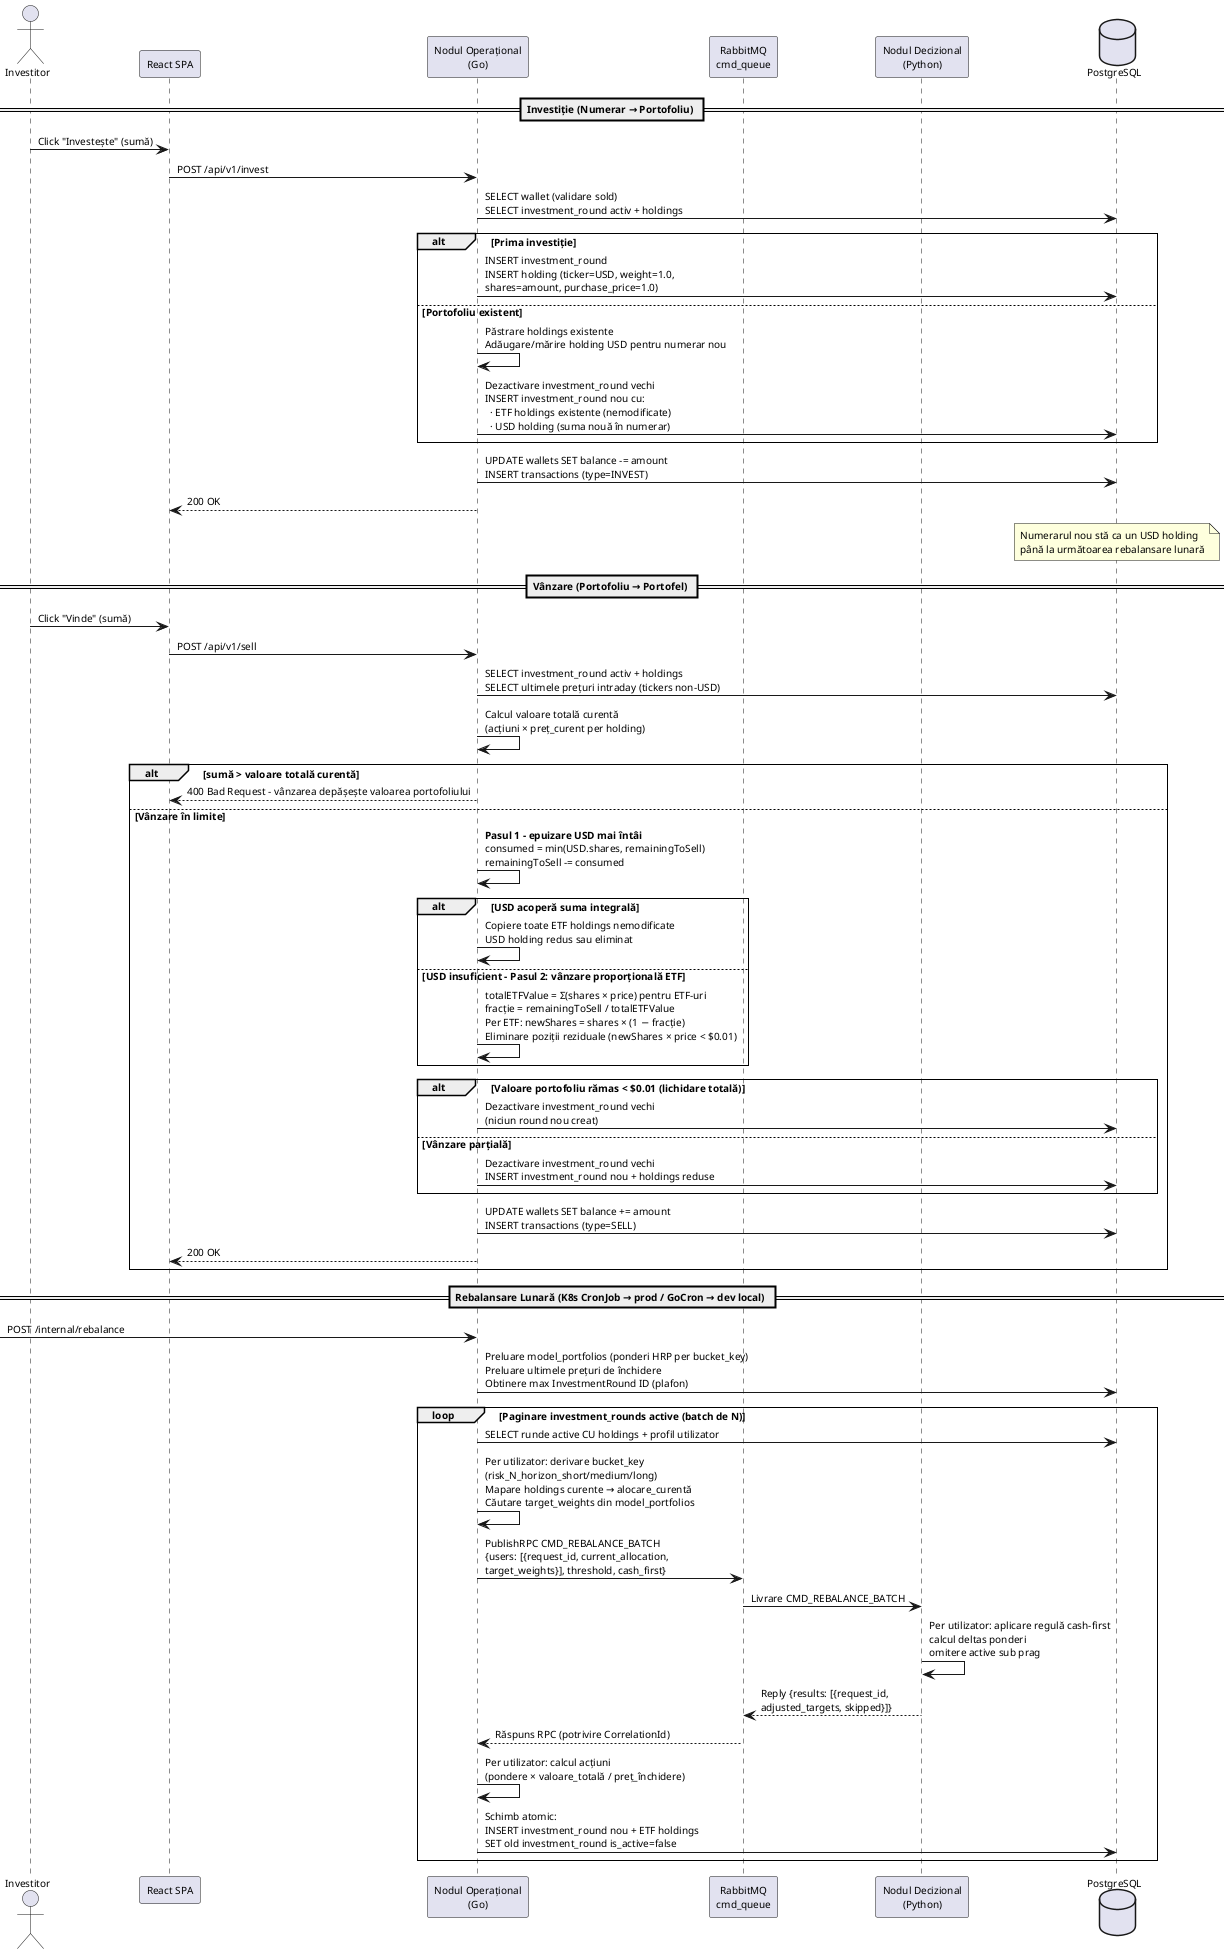
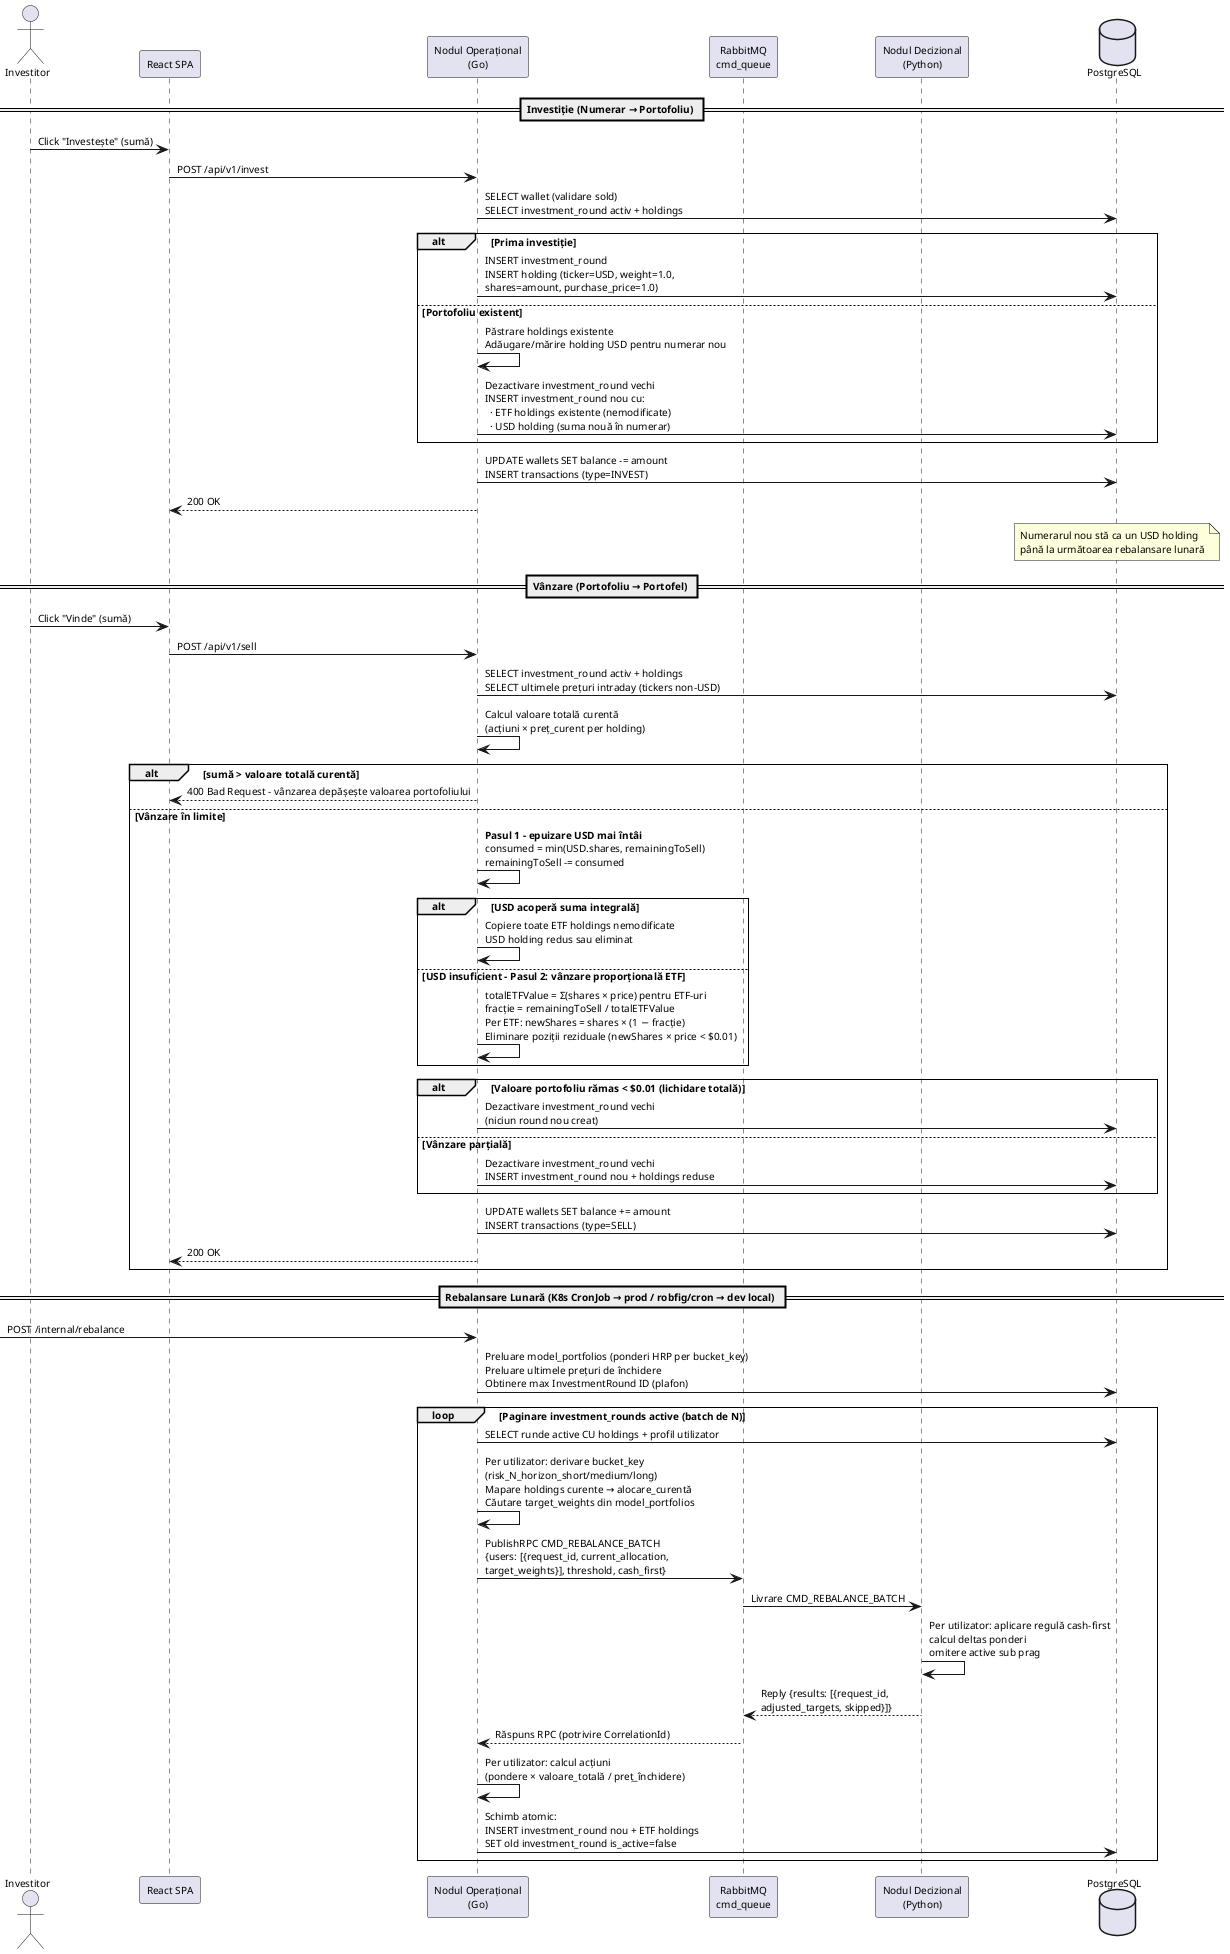
@startuml InvestPilot-Sequence-Investment-RO
skinparam defaultFontSize 10
skinparam defaultFontName Arial
skinparam sequenceArrowThickness 1
skinparam sequenceGroupBorderThickness 1

actor "Investitor" as User
participant "React SPA" as SPA
participant "Nodul Operațional\n(Go)" as Go
participant "RabbitMQ\ncmd_queue" as MQ
participant "Nodul Decizional\n(Python)" as Python
database "PostgreSQL" as DB


== Investiție (Numerar → Portofoliu) ==

User -> SPA : Click "Investește" (sumă)
SPA -> Go : POST /api/v1/invest
Go -> DB : SELECT wallet (validare sold)\nSELECT investment_round activ + holdings

alt Prima investiție
    Go -> DB : INSERT investment_round\nINSERT holding (ticker=USD, weight=1.0,\nshares=amount, purchase_price=1.0)
else Portofoliu existent
    Go -> Go : Păstrare holdings existente\nAdăugare/mărire holding USD pentru numerar nou
    Go -> DB : Dezactivare investment_round vechi\nINSERT investment_round nou cu:\n  · ETF holdings existente (nemodificate)\n  · USD holding (suma nouă în numerar)
end

Go -> DB : UPDATE wallets SET balance -= amount\nINSERT transactions (type=INVEST)
Go --> SPA : 200 OK

note over DB : Numerarul nou stă ca un USD holding\npână la următoarea rebalansare lunară

== Vânzare (Portofoliu → Portofel) ==

User -> SPA : Click "Vinde" (sumă)
SPA -> Go : POST /api/v1/sell
Go -> DB : SELECT investment_round activ + holdings\nSELECT ultimele prețuri intraday (tickers non-USD)
Go -> Go : Calcul valoare totală curentă\n(acțiuni × preț_curent per holding)

alt sumă > valoare totală curentă
    Go --> SPA : 400 Bad Request - vânzarea depășește valoarea portofoliului
else Vânzare în limite
    Go -> Go : **Pasul 1 - epuizare USD mai întâi**\nconsumed = min(USD.shares, remainingToSell)\nremainingToSell -= consumed

    alt USD acoperă suma integrală
        Go -> Go : Copiere toate ETF holdings nemodificate\nUSD holding redus sau eliminat
    else USD insuficient - Pasul 2: vânzare proporțională ETF
        Go -> Go : totalETFValue = Σ(shares × price) pentru ETF-uri\nfracție = remainingToSell / totalETFValue\nPer ETF: newShares = shares × (1 − fracție)\nEliminare poziții reziduale (newShares × price < $0.01)
    end

    alt Valoare portofoliu rămas < $0.01 (lichidare totală)
        Go -> DB : Dezactivare investment_round vechi\n(niciun round nou creat)
    else Vânzare parțială
        Go -> DB : Dezactivare investment_round vechi\nINSERT investment_round nou + holdings reduse
    end

    Go -> DB : UPDATE wallets SET balance += amount\nINSERT transactions (type=SELL)
    Go --> SPA : 200 OK
end

- == Rebalansare Lunară (K8s CronJob → prod / GoCron → dev local) ==
+ == Rebalansare Lunară (K8s CronJob → prod / robfig/cron → dev local) ==

[-> Go : POST /internal/rebalance

Go -> DB : Preluare model_portfolios (ponderi HRP per bucket_key)\nPreluare ultimele prețuri de închidere\nObtinere max InvestmentRound ID (plafon)

loop Paginare investment_rounds active (batch de N)
    Go -> DB : SELECT runde active CU holdings + profil utilizator
    Go -> Go : Per utilizator: derivare bucket_key\n(risk_N_horizon_short/medium/long)\nMapare holdings curente → alocare_curentă\nCăutare target_weights din model_portfolios
    Go -> MQ : PublishRPC CMD_REBALANCE_BATCH\n{users: [{request_id, current_allocation,\ntarget_weights}], threshold, cash_first}
    MQ -> Python : Livrare CMD_REBALANCE_BATCH
    Python -> Python : Per utilizator: aplicare regulă cash-first\ncalcul deltas ponderi\nomitere active sub prag
    Python --> MQ : Reply {results: [{request_id,\nadjusted_targets, skipped}]}
    MQ --> Go : Răspuns RPC (potrivire CorrelationId)
    Go -> Go : Per utilizator: calcul acțiuni\n(pondere × valoare_totală / preț_închidere)
    Go -> DB : Schimb atomic:\nINSERT investment_round nou + ETF holdings\nSET old investment_round is_active=false
end

@enduml
